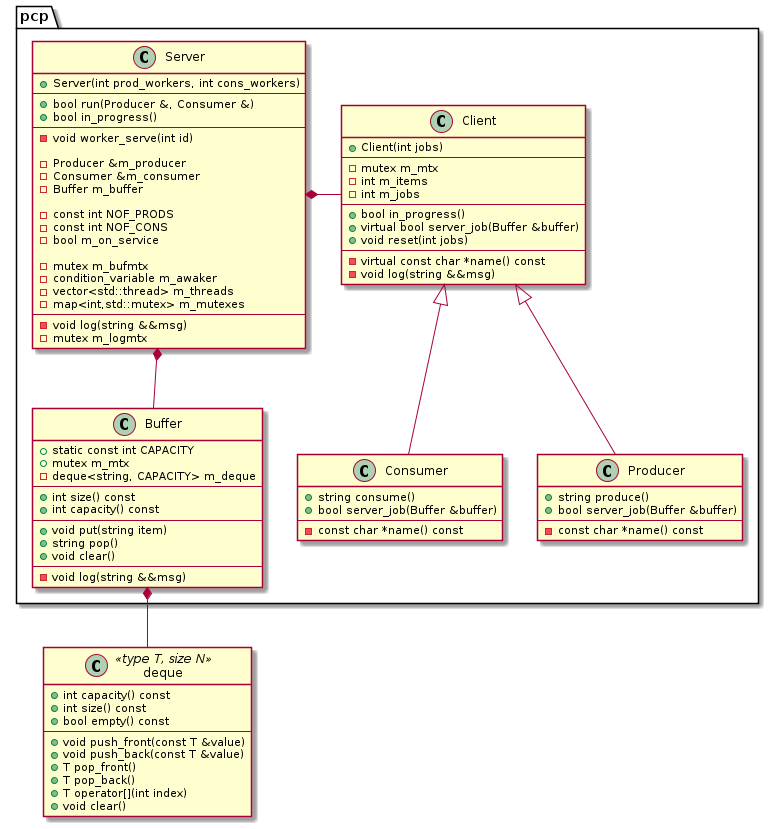
The PlantUML diagram doc/diagrams/img/pcp-classes.png in Horolsky/pcp, before a commit.
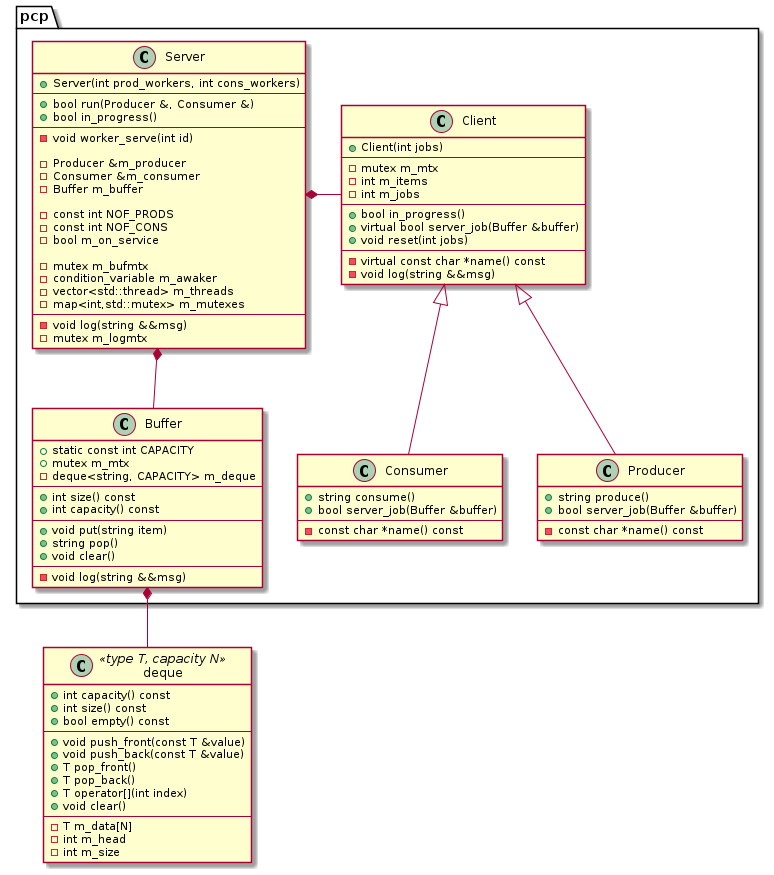
After the change.

Commit message:
deque: minor upd

The edit, as a diff of the source:
```diff
@@ -1,6 +1,6 @@
 @startuml pcp-classes
 
-    class deque <<type T, size N>>
+    class deque <<type T, capacity N>>
     {
         +int capacity() const
         +int size() const
@@ -12,6 +12,10 @@
         +T pop_back()
         +T operator[](int index)
         +void clear()
+        ---
+        -T m_data[N]
+        -int m_head
+        -int m_size
     }
 
     namespace pcp {
```
